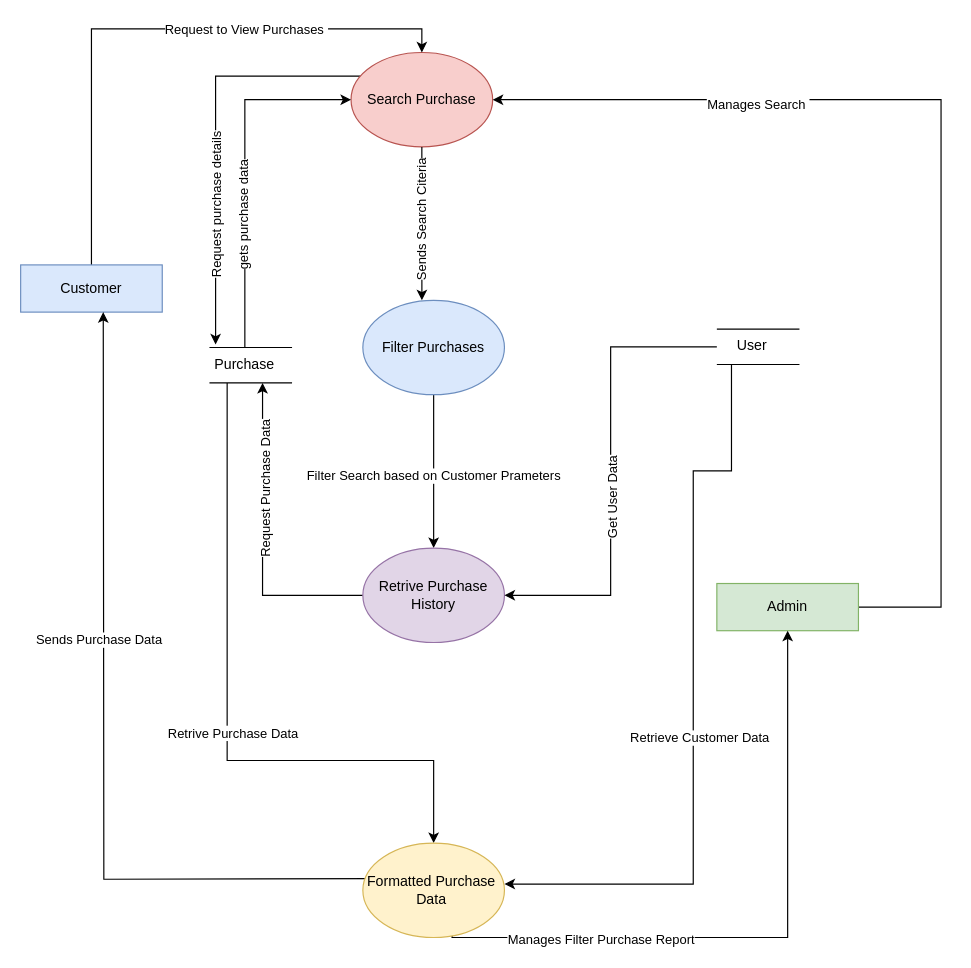
Above: View Purchase Level 0.drawio in pawal-karki/DRAW.IO (draw.io), before the change. Source tidied: cells renumbered, new cells numbered last; positions are measured from the earlier drawing's top-left corner, leaving out a move shared by most shapes. Both pictures are drawn from the tidied source at 118%, with x=0, y=0 at pixel (20, 28).
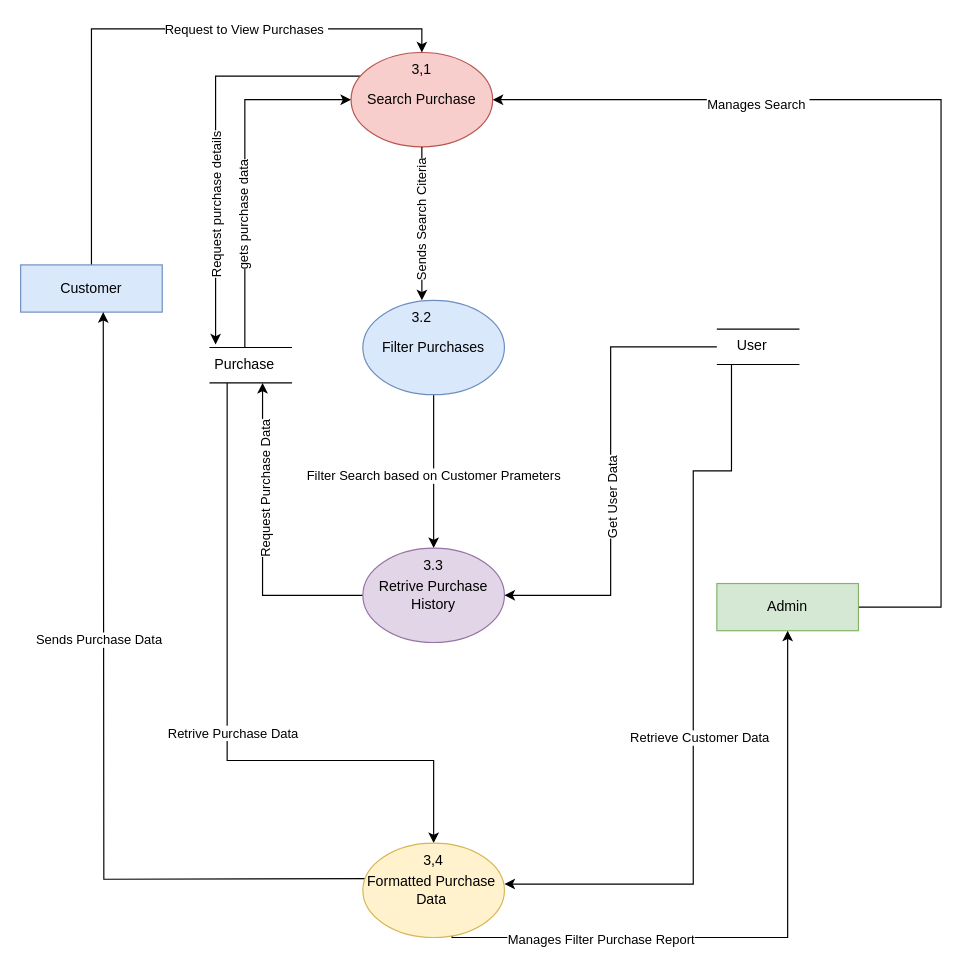
Above is the later version.

Diff of the diagram source:
```diff
@@
+    <mxCell id="37" value="3,1" style="text;html=1;align=center;verticalAlign=middle;whiteSpace=wrap;rounded=0;" parent="1" vertex="1">
+      <mxGeometry x="310" y="20" width="60" height="30" as="geometry" />
+    </mxCell>
+    <mxCell id="38" value="3.2" style="text;html=1;align=center;verticalAlign=middle;whiteSpace=wrap;rounded=0;" parent="1" vertex="1">
+      <mxGeometry x="310" y="230" width="60" height="30" as="geometry" />
+    </mxCell>
+    <mxCell id="39" value="3.3" style="text;html=1;align=center;verticalAlign=middle;whiteSpace=wrap;rounded=0;" parent="1" vertex="1">
+      <mxGeometry x="320" y="440" width="60" height="30" as="geometry" />
+    </mxCell>
+    <mxCell id="40" value="3,4" style="text;html=1;align=center;verticalAlign=middle;whiteSpace=wrap;rounded=0;" parent="1" vertex="1">
+      <mxGeometry x="320" y="690" width="60" height="30" as="geometry" />
+    </mxCell>
```
